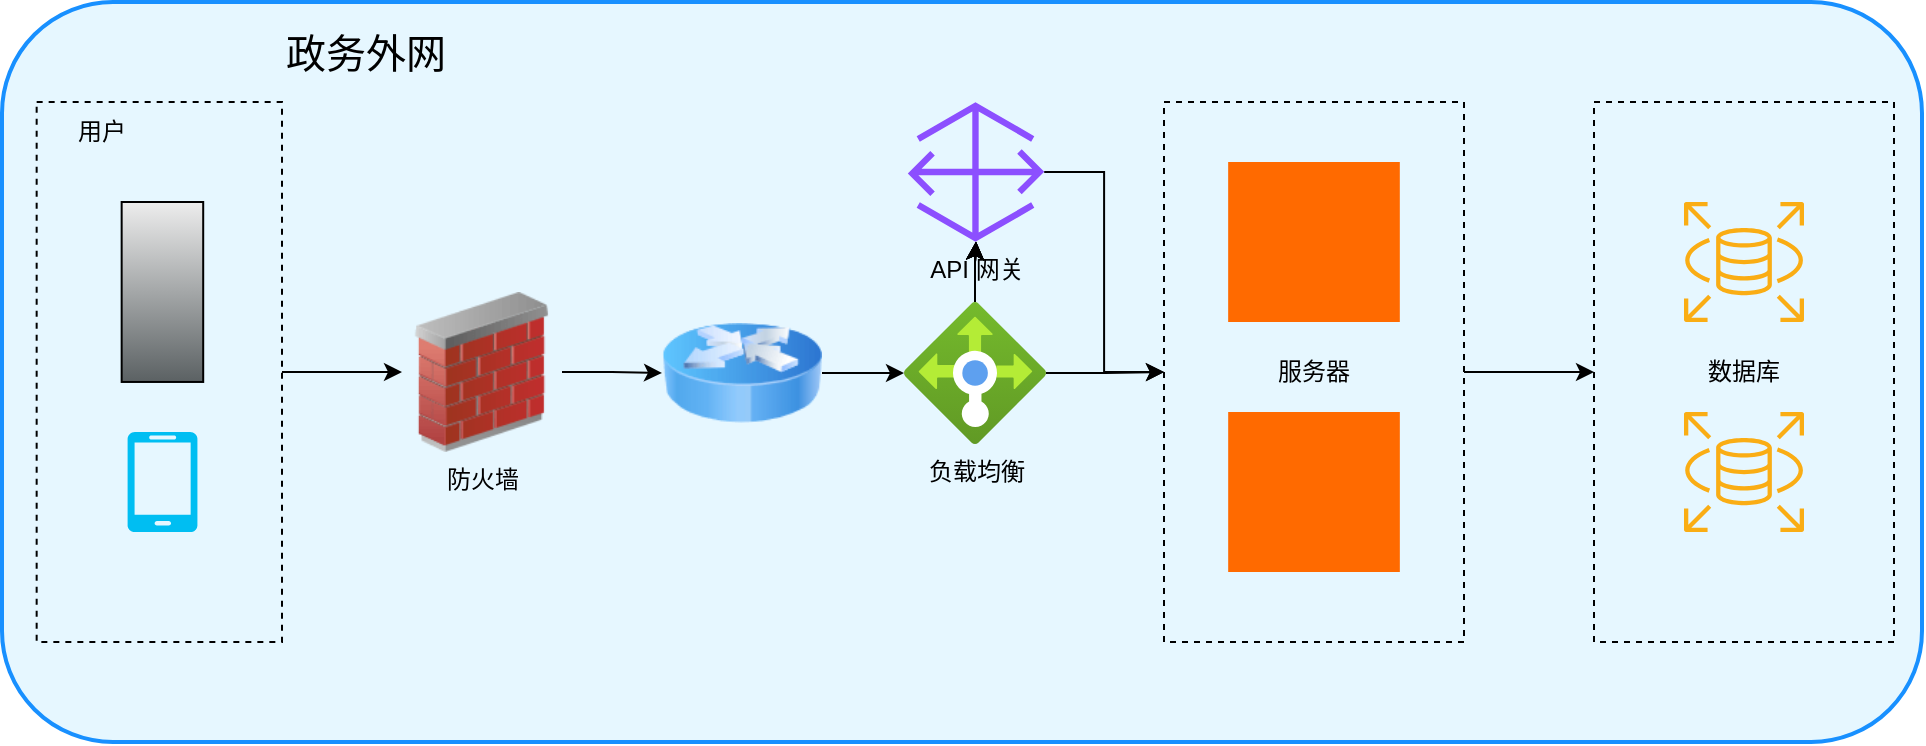
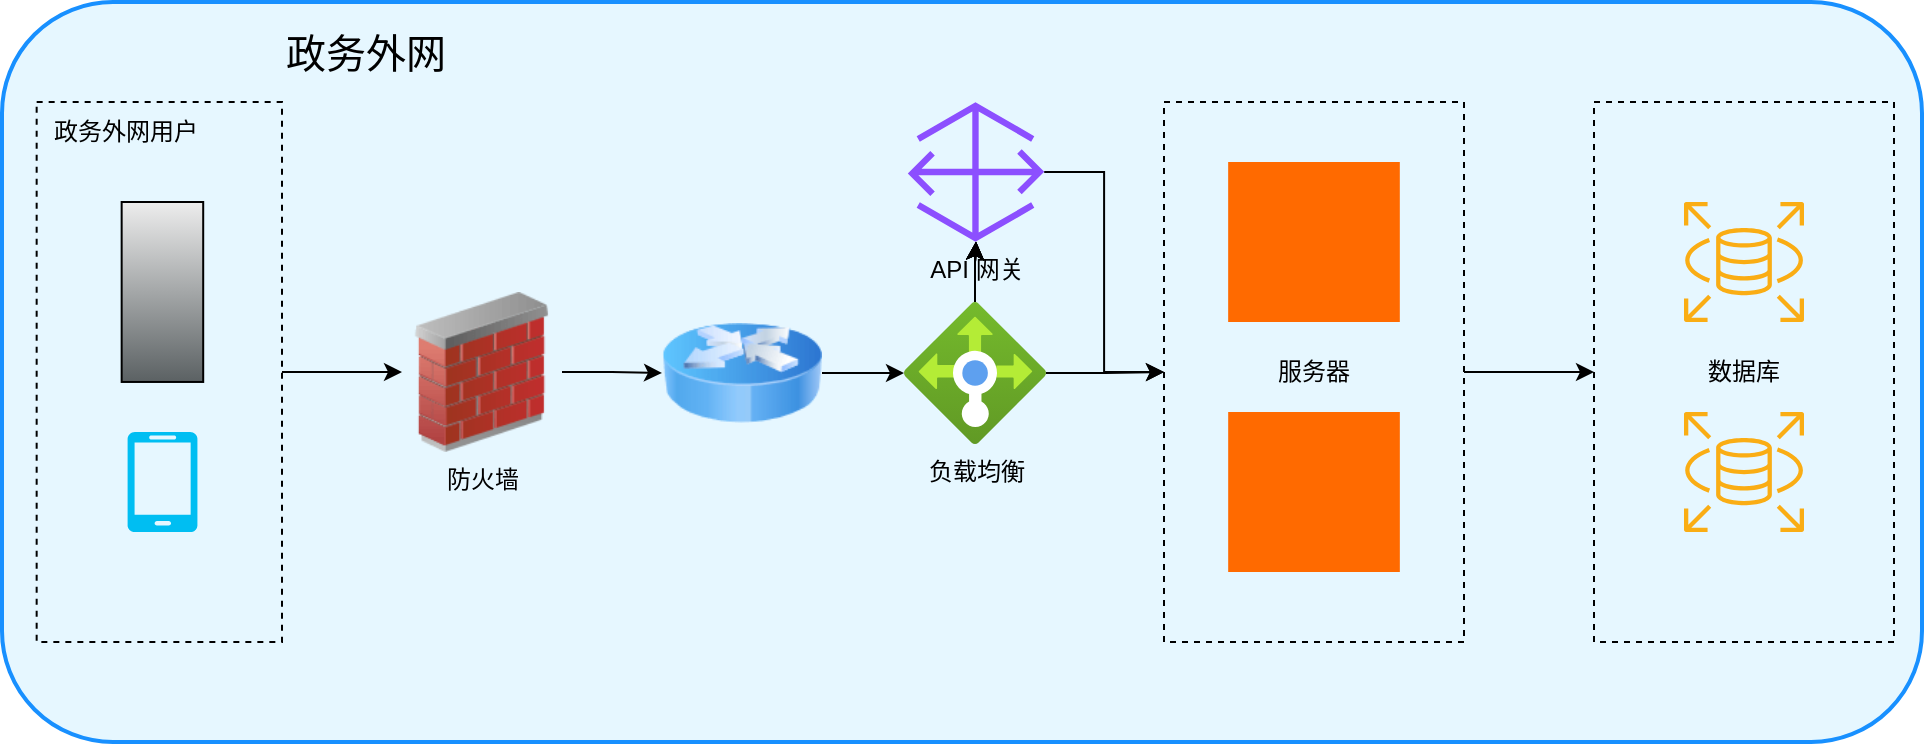
<mxfile host="app.diagrams.net">
  <diagram name="第 1 页" id="D2IiC31BuT-QvLHUgMJ5">
    <mxGraphModel dx="129" dy="546" grid="1" gridSize="10" guides="1" tooltips="1" connect="1" arrows="1" fold="1" page="1" pageScale="1" pageWidth="827" pageHeight="1169" math="0" shadow="0">
      <root>
        <mxCell id="0" />
        <mxCell id="1" parent="0" />
        <mxCell id="P6Ce5vJbtA9BVtcRjQjT-61" parent="1" style="rounded=1;whiteSpace=wrap;html=1;fillColor=light-dark(#E6F7FF,#FFFFFF);strokeColor=#1890ff;strokeWidth=2;" value="" vertex="1">
          <mxGeometry height="370" width="960" x="960" y="380" as="geometry" />
        </mxCell>
        <mxCell id="P6Ce5vJbtA9BVtcRjQjT-62" edge="1" parent="1" source="P6Ce5vJbtA9BVtcRjQjT-63" style="edgeStyle=orthogonalEdgeStyle;rounded=0;orthogonalLoop=1;jettySize=auto;html=1;strokeColor=light-dark(#000000,#000000);" target="P6Ce5vJbtA9BVtcRjQjT-64">
          <mxGeometry relative="1" as="geometry" />
        </mxCell>
        <mxCell id="P6Ce5vJbtA9BVtcRjQjT-63" parent="1" style="rounded=0;whiteSpace=wrap;html=1;fillColor=none;strokeColor=light-dark(#000000,#000000);dashed=1;" value="&lt;font style=&quot;color: light-dark(rgb(0, 0, 0), rgb(0, 0, 0));&quot;&gt;服务器&lt;/font&gt;" vertex="1">
          <mxGeometry height="270" width="150" x="1541" y="430" as="geometry" />
        </mxCell>
        <mxCell id="P6Ce5vJbtA9BVtcRjQjT-64" parent="1" style="rounded=0;whiteSpace=wrap;html=1;fillColor=none;strokeColor=light-dark(#000000,#000000);dashed=1;" value="&lt;font style=&quot;color: light-dark(rgb(0, 0, 0), rgb(0, 0, 0));&quot;&gt;数据库&lt;/font&gt;" vertex="1">
          <mxGeometry height="270" width="150" x="1756" y="430" as="geometry" />
        </mxCell>
        <mxCell id="P6Ce5vJbtA9BVtcRjQjT-65" parent="1" style="shape=mxgraph.aws4.rds;html=1;strokeColor=#000000;fillColor=#faad14;" value="" vertex="1">
          <mxGeometry height="60" width="60" x="1801" y="480" as="geometry" />
        </mxCell>
        <mxCell id="P6Ce5vJbtA9BVtcRjQjT-66" parent="1" style="shape=mxgraph.aws4.rds;html=1;strokeColor=#000000;fillColor=#faad14;" value="" vertex="1">
          <mxGeometry height="60" width="60" x="1801" y="585" as="geometry" />
        </mxCell>
        <mxCell id="P6Ce5vJbtA9BVtcRjQjT-67" edge="1" parent="1" source="P6Ce5vJbtA9BVtcRjQjT-68" style="edgeStyle=orthogonalEdgeStyle;rounded=0;orthogonalLoop=1;jettySize=auto;html=1;entryX=0;entryY=0.5;entryDx=0;entryDy=0;strokeColor=light-dark(#000000,#000000);" target="P6Ce5vJbtA9BVtcRjQjT-73">
          <mxGeometry relative="1" as="geometry" />
        </mxCell>
        <mxCell id="P6Ce5vJbtA9BVtcRjQjT-68" parent="1" style="rounded=0;whiteSpace=wrap;html=1;fillColor=none;strokeColor=light-dark(#000000,#000000);dashed=1;" value="" vertex="1">
          <mxGeometry height="270" width="122.67" x="977.3299999999999" y="430" as="geometry" />
        </mxCell>
        <mxCell id="P6Ce5vJbtA9BVtcRjQjT-69" parent="1" style="shape=mxgraph.networks2.icon;aspect=fixed;fillColor=#EDEDED;strokeColor=#000000;gradientColor=#5B6163;network2IconShadow=1;network2bgFillColor=none;labelPosition=center;verticalLabelPosition=bottom;align=center;verticalAlign=top;network2Icon=mxgraph.networks2.desktop_pc;network2IconXOffset=-0.0034;network2IconYOffset=0.00035;network2IconW=0.453;network2IconH=0.9995;" value="" vertex="1">
          <mxGeometry height="89.98" width="40.77" x="1019.8299999999999" y="480" as="geometry" />
        </mxCell>
        <mxCell id="P6Ce5vJbtA9BVtcRjQjT-70" parent="1" style="text;html=1;whiteSpace=wrap;strokeColor=none;fillColor=none;align=left;verticalAlign=middle;rounded=0;fontSize=20;fontColor=light-dark(#000000,#000000);" value="政务外网" vertex="1">
          <mxGeometry height="50" width="170" x="1100" y="380" as="geometry" />
        </mxCell>
-         <mxCell id="P6Ce5vJbtA9BVtcRjQjT-71" parent="1" style="text;html=1;whiteSpace=wrap;strokeColor=none;fillColor=none;align=center;verticalAlign=middle;rounded=0;fontColor=light-dark(#000000,#000000);" value="用户" vertex="1">
-           <mxGeometry height="30" width="60" x="980" y="430" as="geometry" />
+         <mxCell id="P6Ce5vJbtA9BVtcRjQjT-71" parent="1" style="text;html=1;whiteSpace=wrap;strokeColor=none;fillColor=none;align=center;verticalAlign=middle;rounded=0;fontColor=light-dark(#000000,#000000);" value="政务外网用户" vertex="1">
+           <mxGeometry height="30" width="90" x="977.33" y="430" as="geometry" />
        </mxCell>
        <mxCell id="P6Ce5vJbtA9BVtcRjQjT-90" edge="1" parent="1" source="P6Ce5vJbtA9BVtcRjQjT-73" style="edgeStyle=orthogonalEdgeStyle;rounded=0;orthogonalLoop=1;jettySize=auto;html=1;entryX=0;entryY=0.5;entryDx=0;entryDy=0;strokeColor=light-dark(#000000,#000000);" target="P6Ce5vJbtA9BVtcRjQjT-89">
          <mxGeometry relative="1" as="geometry" />
        </mxCell>
        <mxCell id="P6Ce5vJbtA9BVtcRjQjT-73" parent="1" style="image;html=1;image=img/lib/clip_art/networking/Firewall_02_128x128.png;labelBackgroundColor=none;" value="&lt;span style=&quot;&quot;&gt;&lt;font style=&quot;color: light-dark(rgb(0, 0, 0), rgb(0, 0, 0));&quot;&gt;防火墙&lt;/font&gt;&lt;/span&gt;" vertex="1">
          <mxGeometry height="80" width="80" x="1160" y="525" as="geometry" />
        </mxCell>
        <mxCell id="P6Ce5vJbtA9BVtcRjQjT-74" edge="1" parent="1" source="P6Ce5vJbtA9BVtcRjQjT-75" style="edgeStyle=orthogonalEdgeStyle;rounded=0;orthogonalLoop=1;jettySize=auto;html=1;entryX=0;entryY=0.5;entryDx=0;entryDy=0;strokeColor=light-dark(#000000,#000000);" target="P6Ce5vJbtA9BVtcRjQjT-63">
          <mxGeometry relative="1" as="geometry" />
        </mxCell>
        <mxCell id="P6Ce5vJbtA9BVtcRjQjT-80" edge="1" parent="1" source="P6Ce5vJbtA9BVtcRjQjT-75" style="edgeStyle=orthogonalEdgeStyle;rounded=0;orthogonalLoop=1;jettySize=auto;html=1;" target="P6Ce5vJbtA9BVtcRjQjT-79">
          <mxGeometry relative="1" as="geometry" />
        </mxCell>
        <mxCell id="P6Ce5vJbtA9BVtcRjQjT-81" edge="1" parent="1" source="P6Ce5vJbtA9BVtcRjQjT-75" style="edgeStyle=orthogonalEdgeStyle;rounded=0;orthogonalLoop=1;jettySize=auto;html=1;" target="P6Ce5vJbtA9BVtcRjQjT-79">
          <mxGeometry relative="1" as="geometry" />
        </mxCell>
        <mxCell id="P6Ce5vJbtA9BVtcRjQjT-82" edge="1" parent="1" source="P6Ce5vJbtA9BVtcRjQjT-75" style="edgeStyle=orthogonalEdgeStyle;rounded=0;orthogonalLoop=1;jettySize=auto;html=1;" target="P6Ce5vJbtA9BVtcRjQjT-79">
          <mxGeometry relative="1" as="geometry" />
        </mxCell>
        <mxCell id="P6Ce5vJbtA9BVtcRjQjT-83" edge="1" parent="1" source="P6Ce5vJbtA9BVtcRjQjT-75" style="edgeStyle=orthogonalEdgeStyle;rounded=0;orthogonalLoop=1;jettySize=auto;html=1;" target="P6Ce5vJbtA9BVtcRjQjT-79">
          <mxGeometry relative="1" as="geometry" />
        </mxCell>
        <mxCell id="P6Ce5vJbtA9BVtcRjQjT-86" edge="1" parent="1" source="P6Ce5vJbtA9BVtcRjQjT-75" style="edgeStyle=orthogonalEdgeStyle;rounded=0;orthogonalLoop=1;jettySize=auto;html=1;" target="P6Ce5vJbtA9BVtcRjQjT-79">
          <mxGeometry relative="1" as="geometry" />
        </mxCell>
        <mxCell id="P6Ce5vJbtA9BVtcRjQjT-87" edge="1" parent="1" source="P6Ce5vJbtA9BVtcRjQjT-75" style="edgeStyle=orthogonalEdgeStyle;rounded=0;orthogonalLoop=1;jettySize=auto;html=1;strokeColor=light-dark(#000000,#000000);" target="P6Ce5vJbtA9BVtcRjQjT-79">
          <mxGeometry relative="1" as="geometry" />
        </mxCell>
        <mxCell id="P6Ce5vJbtA9BVtcRjQjT-75" parent="1" style="image;aspect=fixed;html=1;points=[];align=center;fontSize=12;image=img/lib/azure2/networking/Load_Balancers.svg;fontColor=light-dark(#000000,#000000);labelBackgroundColor=none;" value="&lt;span style=&quot;&quot;&gt;负载&lt;/span&gt;&lt;span&gt;均衡&lt;/span&gt;" vertex="1">
          <mxGeometry height="71" width="71" x="1411" y="530" as="geometry" />
        </mxCell>
        <mxCell id="P6Ce5vJbtA9BVtcRjQjT-76" parent="1" style="points=[];aspect=fixed;html=1;align=center;shadow=0;dashed=0;fillColor=#FF6A00;strokeColor=none;shape=mxgraph.alibaba_cloud.ecs_elastic_compute_service;" value="" vertex="1">
          <mxGeometry height="80" width="85.83" x="1573.08" y="460" as="geometry" />
        </mxCell>
        <mxCell id="P6Ce5vJbtA9BVtcRjQjT-77" parent="1" style="points=[];aspect=fixed;html=1;align=center;shadow=0;dashed=0;fillColor=#FF6A00;strokeColor=none;shape=mxgraph.alibaba_cloud.ecs_elastic_compute_service;" value="" vertex="1">
          <mxGeometry height="80" width="85.83" x="1573.0900000000001" y="585" as="geometry" />
        </mxCell>
        <mxCell id="P6Ce5vJbtA9BVtcRjQjT-78" parent="1" style="verticalLabelPosition=bottom;html=1;verticalAlign=top;align=center;strokeColor=none;fillColor=#00BEF2;shape=mxgraph.azure.mobile;pointerEvents=1;" value="" vertex="1">
          <mxGeometry height="50" width="35" x="1022.71" y="595" as="geometry" />
        </mxCell>
        <mxCell id="P6Ce5vJbtA9BVtcRjQjT-84" edge="1" parent="1" source="P6Ce5vJbtA9BVtcRjQjT-79" style="edgeStyle=orthogonalEdgeStyle;rounded=0;orthogonalLoop=1;jettySize=auto;html=1;entryX=0;entryY=0.5;entryDx=0;entryDy=0;strokeColor=light-dark(#000000,#000000);" target="P6Ce5vJbtA9BVtcRjQjT-63">
          <mxGeometry relative="1" as="geometry" />
        </mxCell>
        <mxCell id="P6Ce5vJbtA9BVtcRjQjT-79" parent="1" style="sketch=0;outlineConnect=0;fontColor=#232F3E;gradientColor=none;fillColor=#8C4FFF;strokeColor=none;dashed=0;verticalLabelPosition=bottom;verticalAlign=top;align=center;html=1;fontSize=12;fontStyle=0;aspect=fixed;pointerEvents=1;shape=mxgraph.aws4.gateway;" value="&lt;font style=&quot;color: light-dark(rgb(0, 0, 0), rgb(0, 0, 0));&quot;&gt;API 网关&lt;/font&gt;" vertex="1">
          <mxGeometry height="70" width="68.2" x="1412.8999999999999" y="430" as="geometry" />
        </mxCell>
        <mxCell id="P6Ce5vJbtA9BVtcRjQjT-91" edge="1" parent="1" source="P6Ce5vJbtA9BVtcRjQjT-89" style="edgeStyle=orthogonalEdgeStyle;rounded=0;orthogonalLoop=1;jettySize=auto;html=1;strokeColor=light-dark(#000000,#000000);" target="P6Ce5vJbtA9BVtcRjQjT-75">
          <mxGeometry relative="1" as="geometry" />
        </mxCell>
        <mxCell id="P6Ce5vJbtA9BVtcRjQjT-89" parent="1" style="image;html=1;image=img/lib/clip_art/networking/Router_Icon_128x128.png" value="" vertex="1">
          <mxGeometry height="80" width="80" x="1290" y="525.5" as="geometry" />
        </mxCell>
      </root>
    </mxGraphModel>
  </diagram>
</mxfile>
